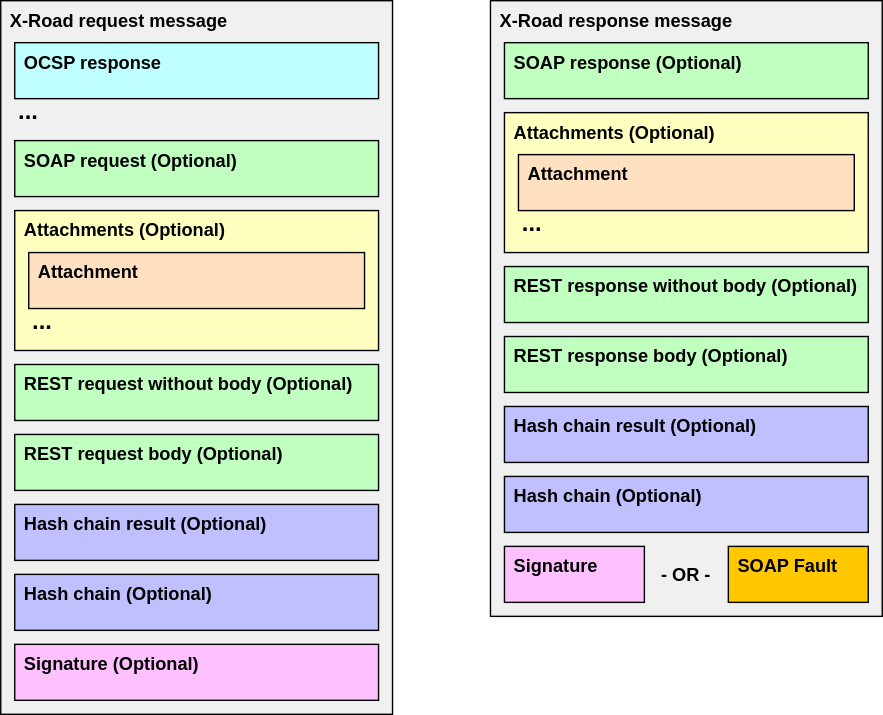
nordic-institute/X-Road keeps this draw.io diagram as doc/Protocols/img/pr-messtransport-message.svg. Above is the earlier version. Source tidied: cells renumbered, new cells last; positions are measured from the earlier drawing's top-left corner, leaving out a move shared by most shapes. Source of this version:
```xml
<mxGraphModel>
  <root>
    <mxCell id="0" />
    <mxCell id="1" parent="0" />
    <mxCell id="2" value="&lt;b style=&quot;font-size: 13px&quot;&gt;X-Road request message&lt;/b&gt;" style="rounded=0;whiteSpace=wrap;html=1;verticalAlign=top;align=left;fontSize=13;spacingLeft=5;fillColor=#F0F0F0;" parent="1" vertex="1">
      <mxGeometry width="280" height="510" as="geometry" />
    </mxCell>
    <mxCell id="3" value="&lt;b style=&quot;font-size: 13px;&quot;&gt;OCSP response&lt;/b&gt;" style="rounded=0;whiteSpace=wrap;html=1;fillColor=#C0FFFF;verticalAlign=top;align=left;fontSize=13;spacingLeft=5;" parent="1" vertex="1">
      <mxGeometry x="10" y="30" width="260" height="40" as="geometry" />
    </mxCell>
    <mxCell id="4" value="&lt;b style=&quot;font-size: 13px&quot;&gt;SOAP request (Optional)&lt;/b&gt;" style="rounded=0;whiteSpace=wrap;html=1;verticalAlign=top;align=left;fontSize=13;spacingLeft=5;fillColor=#C0FFC0;" parent="1" vertex="1">
      <mxGeometry x="10" y="100" width="260" height="40" as="geometry" />
    </mxCell>
    <mxCell id="5" value="&lt;b style=&quot;font-size: 13px&quot;&gt;REST request without body (Optional)&lt;/b&gt;" style="rounded=0;whiteSpace=wrap;html=1;verticalAlign=top;align=left;fontSize=13;spacingLeft=5;fillColor=#C0FFC0;" parent="1" vertex="1">
      <mxGeometry x="10" y="260" width="260" height="40" as="geometry" />
    </mxCell>
    <mxCell id="6" value="&lt;b style=&quot;font-size: 13px&quot;&gt;REST request body (Optional)&lt;/b&gt;" style="rounded=0;whiteSpace=wrap;html=1;verticalAlign=top;align=left;fontSize=13;spacingLeft=5;fillColor=#C0FFC0;" parent="1" vertex="1">
      <mxGeometry x="10" y="310" width="260" height="40" as="geometry" />
    </mxCell>
    <mxCell id="7" value="&lt;b style=&quot;font-size: 13px&quot;&gt;Hash chain result (Optional)&lt;/b&gt;" style="rounded=0;whiteSpace=wrap;html=1;verticalAlign=top;align=left;fontSize=13;spacingLeft=5;fillColor=#C0C0FF;" parent="1" vertex="1">
      <mxGeometry x="10" y="360" width="260" height="40" as="geometry" />
    </mxCell>
    <mxCell id="8" value="&lt;b style=&quot;font-size: 13px&quot;&gt;Hash chain (Optional)&lt;/b&gt;" style="rounded=0;whiteSpace=wrap;html=1;verticalAlign=top;align=left;fontSize=13;spacingLeft=5;fillColor=#C0C0FF;" parent="1" vertex="1">
      <mxGeometry x="10" y="410" width="260" height="40" as="geometry" />
    </mxCell>
    <mxCell id="9" value="&lt;b style=&quot;font-size: 13px&quot;&gt;Signature (Optional)&lt;/b&gt;" style="rounded=0;whiteSpace=wrap;html=1;verticalAlign=top;align=left;fontSize=13;spacingLeft=5;fillColor=#FFC0FF;" parent="1" vertex="1">
      <mxGeometry x="10" y="460" width="260" height="40" as="geometry" />
    </mxCell>
    <mxCell id="10" value="&lt;font style=&quot;font-size: 17px&quot;&gt;...&lt;/font&gt;" style="text;html=1;strokeColor=none;fillColor=none;align=center;verticalAlign=middle;whiteSpace=wrap;rounded=0;fontSize=13;fontStyle=1;" parent="1" vertex="1">
      <mxGeometry y="70" width="40" height="20" as="geometry" />
    </mxCell>
    <mxCell id="11" style="group;" parent="1" vertex="1">
      <mxGeometry x="10" y="150" width="260" height="100" as="geometry" />
    </mxCell>
    <mxCell id="12" value="&lt;b style=&quot;font-size: 13px&quot;&gt;Attachments (Optional)&lt;/b&gt;" style="rounded=0;whiteSpace=wrap;html=1;verticalAlign=top;align=left;fontSize=13;spacingLeft=5;fillColor=#FFFFC0;" parent="11" vertex="1">
      <mxGeometry width="260" height="100" as="geometry" />
    </mxCell>
    <mxCell id="13" value="&lt;b style=&quot;font-size: 13px&quot;&gt;Attachment&lt;/b&gt;" style="rounded=0;whiteSpace=wrap;html=1;verticalAlign=top;align=left;fontSize=13;spacingLeft=5;fillColor=#FFE0C0;" parent="11" vertex="1">
      <mxGeometry x="10" y="30" width="240" height="40" as="geometry" />
    </mxCell>
    <mxCell id="14" value="&lt;font style=&quot;font-size: 17px&quot;&gt;...&lt;/font&gt;" style="text;html=1;strokeColor=none;fillColor=none;align=center;verticalAlign=middle;whiteSpace=wrap;rounded=0;fontSize=13;fontStyle=1;" parent="11" vertex="1">
      <mxGeometry y="70" width="40" height="20" as="geometry" />
    </mxCell>
    <mxCell id="15" value="&lt;b style=&quot;font-size: 13px&quot;&gt;X-Road response message&lt;/b&gt;" style="rounded=0;whiteSpace=wrap;html=1;verticalAlign=top;align=left;fontSize=13;spacingLeft=5;fillColor=#F0F0F0;" parent="1" vertex="1">
      <mxGeometry x="350" width="280" height="440" as="geometry" />
    </mxCell>
    <mxCell id="16" value="&lt;b style=&quot;font-size: 13px&quot;&gt;SOAP response (Optional)&lt;/b&gt;" style="rounded=0;whiteSpace=wrap;html=1;verticalAlign=top;align=left;fontSize=13;spacingLeft=5;fillColor=#C0FFC0;" parent="1" vertex="1">
      <mxGeometry x="360" y="30" width="260" height="40" as="geometry" />
    </mxCell>
    <mxCell id="17" value="&lt;b style=&quot;font-size: 13px&quot;&gt;REST response without body (Optional)&lt;/b&gt;" style="rounded=0;whiteSpace=wrap;html=1;verticalAlign=top;align=left;fontSize=13;spacingLeft=5;fillColor=#C0FFC0;" parent="1" vertex="1">
      <mxGeometry x="360" y="190" width="260" height="40" as="geometry" />
    </mxCell>
    <mxCell id="18" value="&lt;b style=&quot;font-size: 13px&quot;&gt;REST response body (Optional)&lt;/b&gt;" style="rounded=0;whiteSpace=wrap;html=1;verticalAlign=top;align=left;fontSize=13;spacingLeft=5;fillColor=#C0FFC0;" parent="1" vertex="1">
      <mxGeometry x="360" y="240" width="260" height="40" as="geometry" />
    </mxCell>
    <mxCell id="19" value="&lt;b style=&quot;font-size: 13px&quot;&gt;Hash chain result (Optional)&lt;/b&gt;" style="rounded=0;whiteSpace=wrap;html=1;verticalAlign=top;align=left;fontSize=13;spacingLeft=5;fillColor=#C0C0FF;" parent="1" vertex="1">
      <mxGeometry x="360" y="290" width="260" height="40" as="geometry" />
    </mxCell>
    <mxCell id="20" value="&lt;b style=&quot;font-size: 13px&quot;&gt;Hash chain (Optional)&lt;/b&gt;" style="rounded=0;whiteSpace=wrap;html=1;verticalAlign=top;align=left;fontSize=13;spacingLeft=5;fillColor=#C0C0FF;" parent="1" vertex="1">
      <mxGeometry x="360" y="340" width="260" height="40" as="geometry" />
    </mxCell>
    <mxCell id="21" value="&lt;b style=&quot;font-size: 13px&quot;&gt;Signature&lt;/b&gt;" style="rounded=0;whiteSpace=wrap;html=1;verticalAlign=top;align=left;fontSize=13;spacingLeft=5;fillColor=#FFC0FF;" parent="1" vertex="1">
      <mxGeometry x="360" y="390" width="100" height="40" as="geometry" />
    </mxCell>
    <mxCell id="22" style="group;" parent="1" vertex="1">
      <mxGeometry x="360" y="80" width="260" height="100" as="geometry" />
    </mxCell>
    <mxCell id="23" value="&lt;b style=&quot;font-size: 13px&quot;&gt;Attachments (Optional)&lt;/b&gt;" style="rounded=0;whiteSpace=wrap;html=1;verticalAlign=top;align=left;fontSize=13;spacingLeft=5;fillColor=#FFFFC0;" parent="22" vertex="1">
      <mxGeometry width="260" height="100" as="geometry" />
    </mxCell>
    <mxCell id="24" value="&lt;b style=&quot;font-size: 13px&quot;&gt;Attachment&lt;/b&gt;" style="rounded=0;whiteSpace=wrap;html=1;verticalAlign=top;align=left;fontSize=13;spacingLeft=5;fillColor=#FFE0C0;" parent="22" vertex="1">
      <mxGeometry x="10" y="30" width="240" height="40" as="geometry" />
    </mxCell>
    <mxCell id="25" value="&lt;font style=&quot;font-size: 17px&quot;&gt;...&lt;/font&gt;" style="text;html=1;strokeColor=none;fillColor=none;align=center;verticalAlign=middle;whiteSpace=wrap;rounded=0;fontSize=13;fontStyle=1;" parent="22" vertex="1">
      <mxGeometry y="70" width="40" height="20" as="geometry" />
    </mxCell>
    <mxCell id="26" value="&lt;b style=&quot;font-size: 13px&quot;&gt;SOAP Fault&lt;/b&gt;" style="rounded=0;whiteSpace=wrap;html=1;verticalAlign=top;align=left;fontSize=13;spacingLeft=5;fillColor=#FFC800;" parent="1" vertex="1">
      <mxGeometry x="520" y="390" width="100" height="40" as="geometry" />
    </mxCell>
    <mxCell id="27" value="&lt;font style=&quot;font-size: 13px;&quot;&gt;- OR -&lt;/font&gt;" style="text;html=1;strokeColor=none;fillColor=none;align=center;verticalAlign=middle;whiteSpace=wrap;rounded=0;fontSize=13;fontStyle=1;" parent="1" vertex="1">
      <mxGeometry x="470" y="400" width="40" height="20" as="geometry" />
    </mxCell>
  </root>
</mxGraphModel>
```
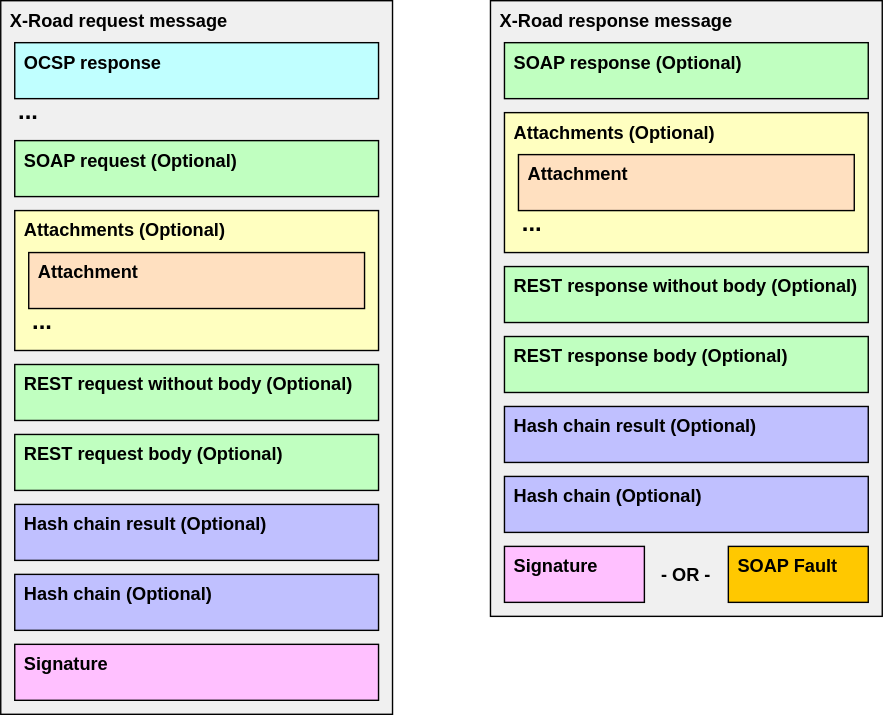
The same diagram one commit later.

Commit message:
XRDDEV-742 fix signature in image, it is not optional

Diff of the diagram source:
```diff
@@ -23,7 +23,7 @@
     <mxCell id="8" value="&lt;b style=&quot;font-size: 13px&quot;&gt;Hash chain (Optional)&lt;/b&gt;" style="rounded=0;whiteSpace=wrap;html=1;verticalAlign=top;align=left;fontSize=13;spacingLeft=5;fillColor=#C0C0FF;" parent="1" vertex="1">
       <mxGeometry x="10" y="410" width="260" height="40" as="geometry" />
     </mxCell>
-    <mxCell id="9" value="&lt;b style=&quot;font-size: 13px&quot;&gt;Signature (Optional)&lt;/b&gt;" style="rounded=0;whiteSpace=wrap;html=1;verticalAlign=top;align=left;fontSize=13;spacingLeft=5;fillColor=#FFC0FF;" parent="1" vertex="1">
+    <mxCell id="9" value="&lt;b style=&quot;font-size: 13px&quot;&gt;Signature&lt;/b&gt;" style="rounded=0;whiteSpace=wrap;html=1;verticalAlign=top;align=left;fontSize=13;spacingLeft=5;fillColor=#FFC0FF;" parent="1" vertex="1">
       <mxGeometry x="10" y="460" width="260" height="40" as="geometry" />
     </mxCell>
     <mxCell id="10" value="&lt;font style=&quot;font-size: 17px&quot;&gt;...&lt;/font&gt;" style="text;html=1;strokeColor=none;fillColor=none;align=center;verticalAlign=middle;whiteSpace=wrap;rounded=0;fontSize=13;fontStyle=1;" parent="1" vertex="1">
```
